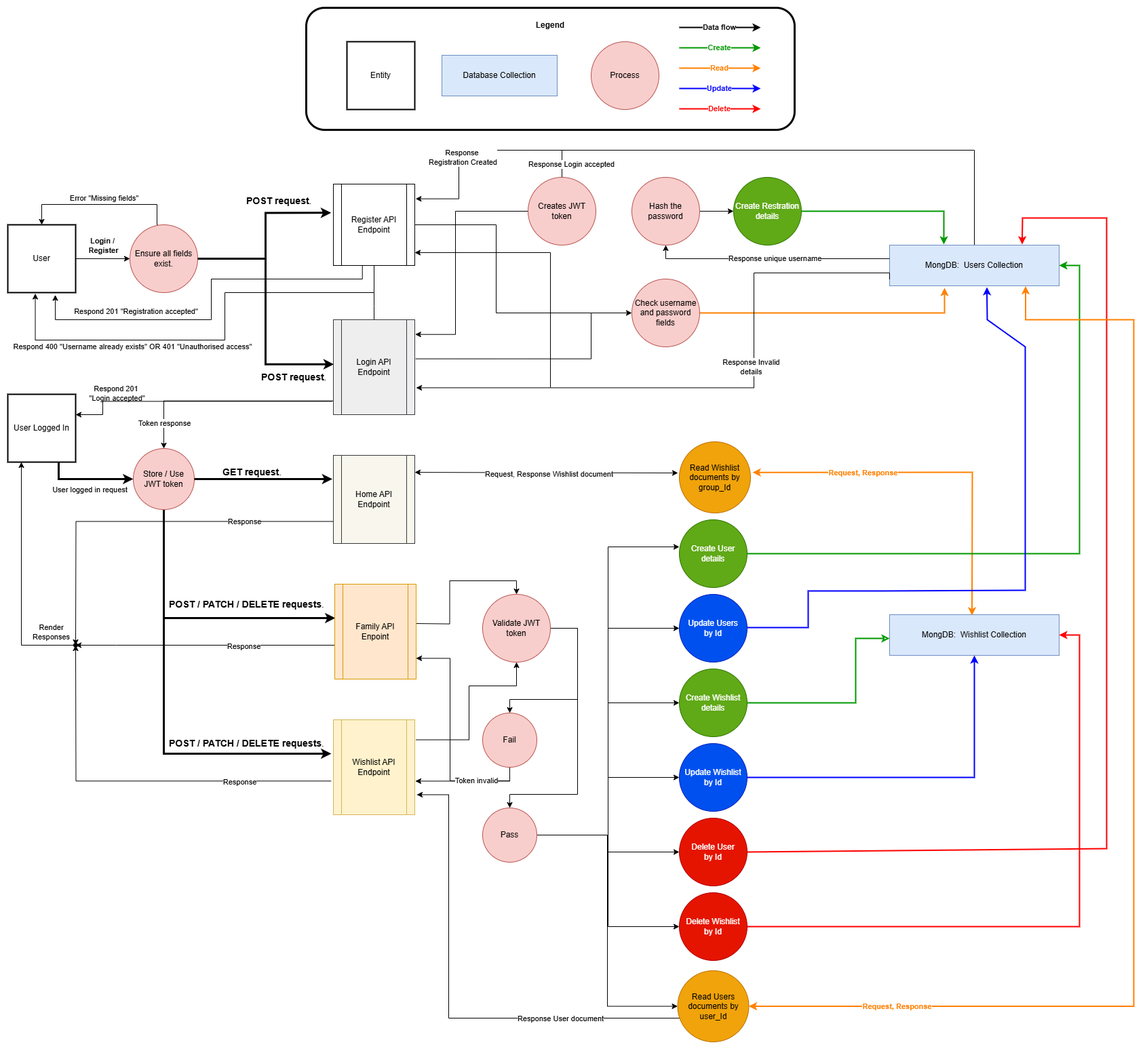
The draw.io diagram images/DF & CRUD Diagram.png in PresentPals/Part_A_Documents, before a commit. Source tidied: cells renumbered, new cells last; positions are measured from the earlier drawing's top-left corner, leaving out a move shared by most shapes.
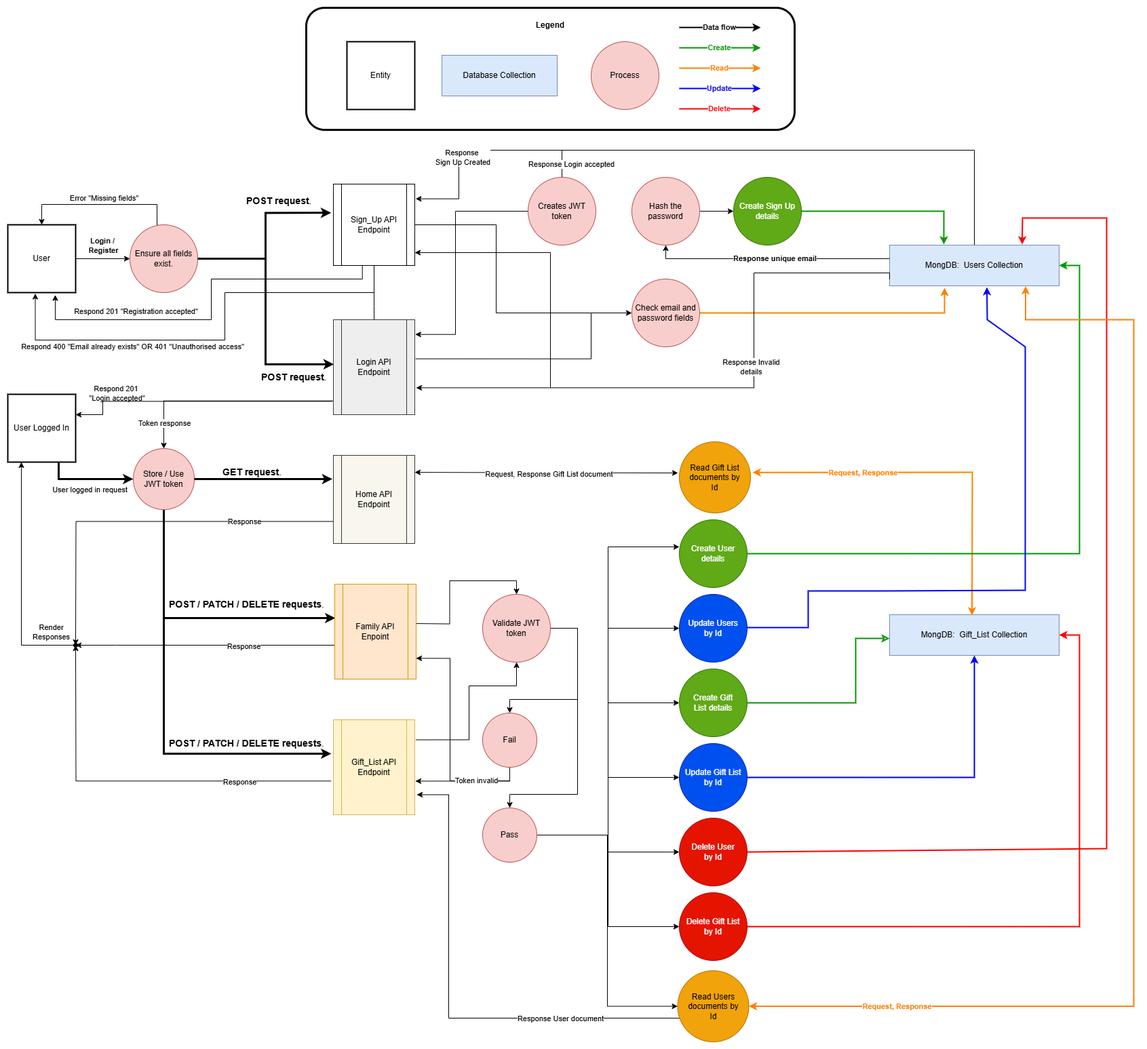
Above is the later version.

Commit message:
Edit: changed all text in R2 & R3 + images from wishlist to gift list

What changed in the source:
```diff
@@ -51,7 +51,7 @@
         </Array>
       </mxGeometry>
     </mxCell>
-    <mxCell id="11" value="Response&amp;nbsp;&lt;div&gt;Registration Created&lt;/div&gt;" style="edgeLabel;html=1;align=center;verticalAlign=middle;" parent="10" vertex="1">
+    <mxCell id="11" value="Response&amp;nbsp;&lt;div&gt;Sign Up Created&lt;/div&gt;" style="edgeLabel;html=1;align=center;verticalAlign=middle;" parent="10" vertex="1">
       <mxGeometry x="0.11" relative="1" as="geometry">
         <mxPoint x="-321" y="10" as="offset" />
       </mxGeometry>
@@ -98,7 +98,7 @@
         </Array>
       </mxGeometry>
     </mxCell>
-    <mxCell id="18" value="Check username and password fields" style="ellipse;whiteSpace=wrap;html=1;fillColor=#f8cecc;strokeColor=#b85450;" parent="1" vertex="1">
+    <mxCell id="18" value="Check email and password fields" style="ellipse;whiteSpace=wrap;html=1;fillColor=#f8cecc;strokeColor=#b85450;" parent="1" vertex="1">
       <mxGeometry x="920" y="400" width="100" height="100" as="geometry" />
     </mxCell>
     <mxCell id="19" style="edgeStyle=orthogonalEdgeStyle;rounded=0;jettySize=auto;html=1;strokeWidth=2;strokeColor=#009900;entryX=0.32;entryY=-0.017;entryDx=0;entryDy=0;entryPerimeter=0;exitX=1;exitY=0.5;exitDx=0;exitDy=0;" parent="1" edge="1" source="91" target="12">
@@ -206,7 +206,7 @@
         </Array>
       </mxGeometry>
     </mxCell>
-    <mxCell id="42" value="MongDB:&amp;nbsp; Wishlist Collection" style="rounded=0;whiteSpace=wrap;html=1;fillColor=#dae8fc;strokeColor=#6c8ebf;" parent="1" vertex="1">
+    <mxCell id="42" value="MongDB:&amp;nbsp; Gift_List Collection" style="rounded=0;whiteSpace=wrap;html=1;fillColor=#dae8fc;strokeColor=#6c8ebf;" parent="1" vertex="1">
       <mxGeometry x="1300" y="895" width="250" height="60" as="geometry" />
     </mxCell>
     <mxCell id="43" style="edgeStyle=orthogonalEdgeStyle;rounded=0;jettySize=auto;html=1;entryX=0;entryY=0.5;entryDx=0;entryDy=0;exitX=1.011;exitY=0.412;exitDx=0;exitDy=0;exitPerimeter=0;" parent="1" edge="1" source="100" target="18">
@@ -236,7 +236,7 @@
     <mxCell id="47" value="Response Login accepted" style="edgeLabel;html=1;align=center;verticalAlign=middle;" parent="1" vertex="1">
       <mxGeometry x="830" y="230" as="geometry" />
     </mxCell>
-    <mxCell id="48" value="Respond 400 &quot;Username already exists&quot; OR 401 &quot;Unauthorised access&quot;" style="edgeLabel;html=1;align=center;verticalAlign=middle;" parent="1" vertex="1">
+    <mxCell id="48" value="Respond 400 &quot;Email already exists&quot; OR 401 &quot;Unauthorised access&quot;" style="edgeLabel;html=1;align=center;verticalAlign=middle;" parent="1" vertex="1">
       <mxGeometry x="190" y="500" as="geometry">
         <mxPoint x="-7" y="-1" as="offset" />
       </mxGeometry>
@@ -407,13 +407,13 @@
         </Array>
       </mxGeometry>
     </mxCell>
-    <mxCell id="76" value="Read Wishlist documents by&lt;div&gt;group_Id&lt;/div&gt;" style="ellipse;whiteSpace=wrap;html=1;fillColor=#f0a30a;strokeColor=#BD7000;fontColor=#000000;" parent="1" vertex="1">
+    <mxCell id="76" value="Read Gift List documents by&lt;div&gt;Id&lt;/div&gt;" style="ellipse;whiteSpace=wrap;html=1;fillColor=#f0a30a;strokeColor=#BD7000;fontColor=#000000;" parent="1" vertex="1">
       <mxGeometry x="990" y="640" width="105" height="105" as="geometry" />
     </mxCell>
     <mxCell id="77" value="Update Users&lt;div&gt;by Id&lt;/div&gt;" style="ellipse;whiteSpace=wrap;html=1;fillColor=#0050ef;strokeColor=#001DBC;fontColor=#ffffff;" parent="1" vertex="1">
       <mxGeometry x="990" y="865" width="100" height="100" as="geometry" />
     </mxCell>
-    <mxCell id="78" value="Update Wishlist&lt;div&gt;by Id&lt;/div&gt;" style="ellipse;whiteSpace=wrap;html=1;fillColor=#0050ef;strokeColor=#001DBC;fontColor=#ffffff;" parent="1" vertex="1">
+    <mxCell id="78" value="Update Gift List&lt;div&gt;by Id&lt;/div&gt;" style="ellipse;whiteSpace=wrap;html=1;fillColor=#0050ef;strokeColor=#001DBC;fontColor=#ffffff;" parent="1" vertex="1">
       <mxGeometry x="990" y="1085" width="100" height="100" as="geometry" />
     </mxCell>
     <mxCell id="79" value="Create User details" style="ellipse;whiteSpace=wrap;html=1;fillColor=#60a917;strokeColor=#2D7600;fontColor=#ffffff;" parent="1" vertex="1">
@@ -447,18 +447,18 @@
         </Array>
       </mxGeometry>
     </mxCell>
-    <mxCell id="84" value="Response unique username" style="edgeLabel;html=1;align=center;verticalAlign=middle;" parent="1" vertex="1">
+    <mxCell id="84" value="&lt;b&gt;Response unique email&lt;/b&gt;" style="edgeLabel;html=1;align=center;verticalAlign=middle;" parent="1" vertex="1">
       <mxGeometry x="1150" y="410" as="geometry">
         <mxPoint x="-20" y="-41" as="offset" />
       </mxGeometry>
     </mxCell>
-    <mxCell id="85" value="Create Wishlist details" style="ellipse;whiteSpace=wrap;html=1;fillColor=#60a917;strokeColor=#2D7600;fontColor=#ffffff;" parent="1" vertex="1">
+    <mxCell id="85" value="Create Gift List&amp;nbsp;details" style="ellipse;whiteSpace=wrap;html=1;fillColor=#60a917;strokeColor=#2D7600;fontColor=#ffffff;" parent="1" vertex="1">
       <mxGeometry x="990" y="975" width="100" height="100" as="geometry" />
     </mxCell>
     <mxCell id="86" value="Delete User&lt;div&gt;by Id&lt;/div&gt;" style="ellipse;whiteSpace=wrap;html=1;fillColor=#e51400;strokeColor=#B20000;fontColor=#ffffff;" parent="1" vertex="1">
       <mxGeometry x="990" y="1195" width="100" height="100" as="geometry" />
     </mxCell>
-    <mxCell id="87" value="Delete Wishlist&lt;div&gt;by Id&lt;/div&gt;" style="ellipse;whiteSpace=wrap;html=1;fillColor=#e51400;strokeColor=#B20000;fontColor=#ffffff;" parent="1" vertex="1">
+    <mxCell id="87" value="Delete Gift List&lt;div&gt;by Id&lt;/div&gt;" style="ellipse;whiteSpace=wrap;html=1;fillColor=#e51400;strokeColor=#B20000;fontColor=#ffffff;" parent="1" vertex="1">
       <mxGeometry x="990" y="1305" width="100" height="100" as="geometry" />
     </mxCell>
     <mxCell id="88" style="edgeStyle=orthogonalEdgeStyle;rounded=0;jettySize=auto;html=1;entryX=0;entryY=0.4;entryDx=0;entryDy=0;entryPerimeter=0;exitX=1;exitY=0.5;exitDx=0;exitDy=0;" parent="1" edge="1" source="93" target="79">
@@ -469,10 +469,10 @@
         <mxPoint x="600" y="685.1" as="sourcePoint" />
       </mxGeometry>
     </mxCell>
-    <mxCell id="90" value="Request, Response Wishlist document" style="edgeLabel;html=1;align=center;verticalAlign=middle;" parent="89" vertex="1">
+    <mxCell id="90" value="Request, Response Gift List document" style="edgeLabel;html=1;align=center;verticalAlign=middle;" parent="89" vertex="1">
       <mxGeometry x="0.02" y="-2" relative="1" as="geometry" />
     </mxCell>
-    <mxCell id="91" value="Create Restration details" style="ellipse;whiteSpace=wrap;html=1;fillColor=#60a917;strokeColor=#2D7600;fontColor=#ffffff;" parent="1" vertex="1">
+    <mxCell id="91" value="Create Sign Up details" style="ellipse;whiteSpace=wrap;html=1;fillColor=#60a917;strokeColor=#2D7600;fontColor=#ffffff;" parent="1" vertex="1">
       <mxGeometry x="1070" y="250" width="100" height="100" as="geometry" />
     </mxCell>
     <mxCell id="92" style="edgeStyle=orthogonalEdgeStyle;rounded=0;jettySize=auto;html=1;entryX=0;entryY=0.5;entryDx=0;entryDy=0;" parent="1" edge="1" source="93" target="114">
@@ -511,7 +511,7 @@
         </Array>
       </mxGeometry>
     </mxCell>
-    <mxCell id="98" value="Register API Endpoint" style="shape=process;whiteSpace=wrap;html=1;backgroundOutline=1;" parent="1" vertex="1">
+    <mxCell id="98" value="Sign_Up API Endpoint" style="shape=process;whiteSpace=wrap;html=1;backgroundOutline=1;" parent="1" vertex="1">
       <mxGeometry x="480" y="260" width="120" height="120" as="geometry" />
     </mxCell>
     <mxCell id="99" style="edgeStyle=orthogonalEdgeStyle;rounded=0;jettySize=auto;html=1;endArrow=none;startFill=0;" parent="1" edge="1" source="100">
@@ -555,7 +555,7 @@
     <mxCell id="108" value="Response" style="edgeLabel;html=1;align=center;verticalAlign=middle;" parent="107" vertex="1">
       <mxGeometry x="-0.53" y="1" relative="1" as="geometry" />
     </mxCell>
-    <mxCell id="109" value="Wishlist API Endpoint" style="shape=process;whiteSpace=wrap;html=1;backgroundOutline=1;fillColor=#fff2cc;strokeColor=#d6b656;" parent="1" vertex="1">
+    <mxCell id="109" value="Gift_List API Endpoint" style="shape=process;whiteSpace=wrap;html=1;backgroundOutline=1;fillColor=#fff2cc;strokeColor=#d6b656;" parent="1" vertex="1">
       <mxGeometry x="480" y="1050" width="120" height="140" as="geometry" />
     </mxCell>
     <mxCell id="110" style="edgeStyle=orthogonalEdgeStyle;rounded=0;jettySize=auto;html=1;entryX=-0.028;entryY=0.353;entryDx=0;entryDy=0;entryPerimeter=0;strokeWidth=3;" parent="1" edge="1" source="14" target="98">
@@ -575,7 +575,7 @@
     <mxCell id="113" value="Response User document" style="edgeLabel;html=1;align=center;verticalAlign=middle;" parent="112" vertex="1">
       <mxGeometry x="-0.51" relative="1" as="geometry" />
     </mxCell>
-    <mxCell id="114" value="Read Users documents by&lt;div&gt;user_Id&lt;/div&gt;" style="ellipse;whiteSpace=wrap;html=1;fillColor=#f0a30a;strokeColor=#BD7000;fontColor=#000000;" parent="1" vertex="1">
+    <mxCell id="114" value="Read Users documents by&lt;div&gt;Id&lt;/div&gt;" style="ellipse;whiteSpace=wrap;html=1;fillColor=#f0a30a;strokeColor=#BD7000;fontColor=#000000;" parent="1" vertex="1">
       <mxGeometry x="987.5" y="1420" width="105" height="105" as="geometry" />
     </mxCell>
     <mxCell id="115" style="edgeStyle=orthogonalEdgeStyle;rounded=0;jettySize=auto;html=1;entryX=0.802;entryY=1.008;entryDx=0;entryDy=0;entryPerimeter=0;strokeWidth=2;fillColor=#f0a30a;strokeColor=#FF8000;startArrow=classic;startFill=1;" parent="1" edge="1" source="114" target="12">
```
